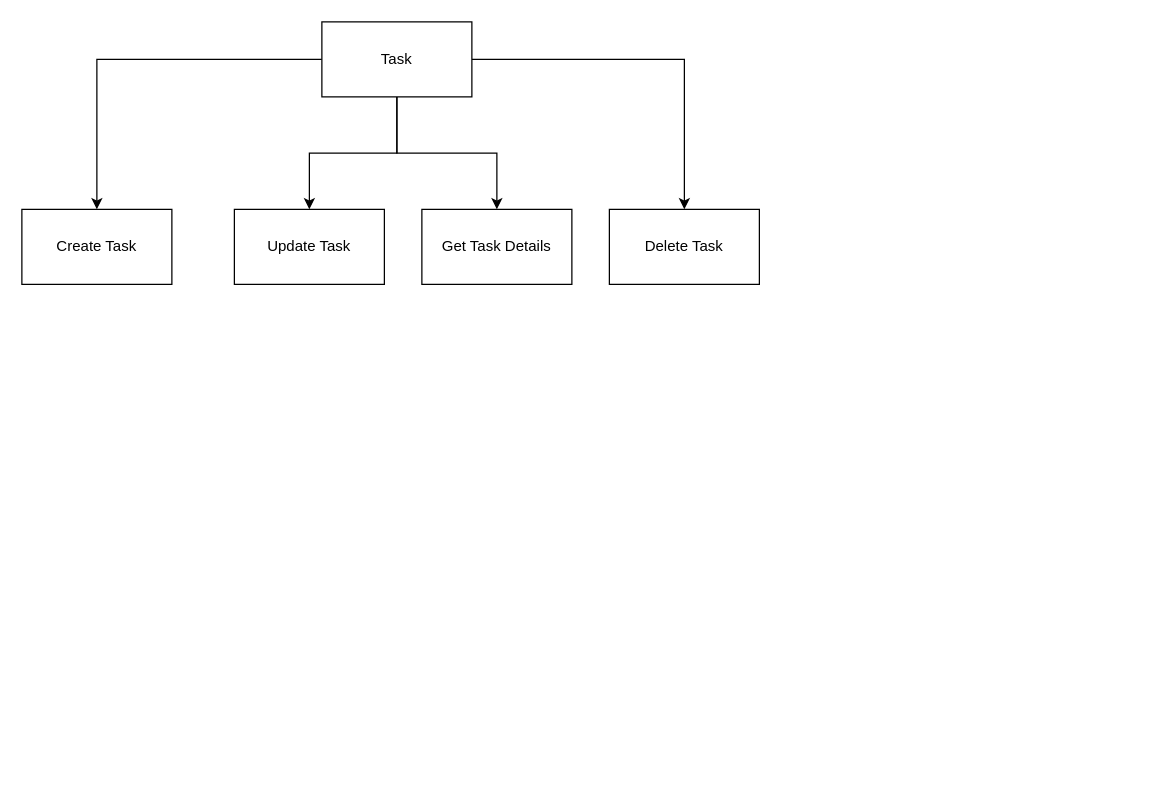
Apollo-LW/Apollo-LW keeps this draw.io diagram as diagrams/FDD/Task FDD.drawio. Above is the earlier version. Source tidied: cells renumbered, new cells numbered last; positions are measured from the earlier drawing's top-left corner, leaving out a move shared by most shapes. Both pictures are drawn from the tidied source at 125%, with x=0, y=0 at pixel (21, 21).
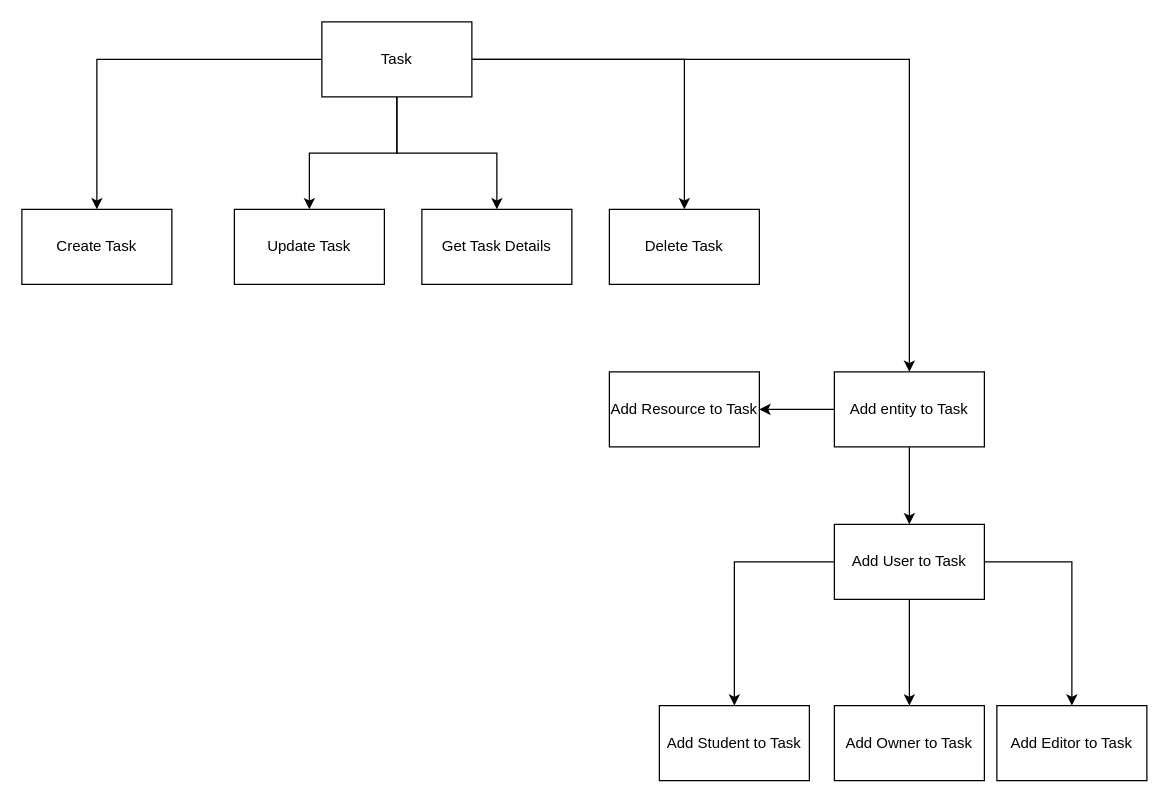
Above is the later version.

Commit message:
Add relation functions to Task

The change refers to these unchanged cells:
```xml
<mxCell id="6" value="Task" style="rounded=0;whiteSpace=wrap;html=1;" parent="1" vertex="1">
  <mxGeometry x="240" width="120" height="60" as="geometry" />
</mxCell>
```

The edit, as a diff of the source:
```diff
@@
+    <mxCell id="11" style="edgeStyle=orthogonalEdgeStyle;rounded=0;jettySize=auto;html=1;entryX=0.5;entryY=0;entryDx=0;entryDy=0;" parent="1" edge="1" source="6" target="14">
+      <mxGeometry relative="1" as="geometry" />
+    </mxCell>
@@
+    <mxCell id="12" style="edgeStyle=orthogonalEdgeStyle;rounded=0;jettySize=auto;html=1;entryX=0.5;entryY=0;entryDx=0;entryDy=0;" parent="1" edge="1" source="14" target="19">
+      <mxGeometry relative="1" as="geometry" />
+    </mxCell>
+    <mxCell id="13" style="edgeStyle=orthogonalEdgeStyle;rounded=0;jettySize=auto;html=1;entryX=1;entryY=0.5;entryDx=0;entryDy=0;" parent="1" edge="1" source="14" target="15">
+      <mxGeometry relative="1" as="geometry" />
+    </mxCell>
+    <mxCell id="14" value="Add entity to Task" style="rounded=0;whiteSpace=wrap;html=1;" parent="1" vertex="1">
+      <mxGeometry x="650" y="280" width="120" height="60" as="geometry" />
+    </mxCell>
+    <mxCell id="15" value="Add Resource to Task" style="rounded=0;whiteSpace=wrap;html=1;" parent="1" vertex="1">
+      <mxGeometry x="470" y="280" width="120" height="60" as="geometry" />
+    </mxCell>
+    <mxCell id="16" style="edgeStyle=orthogonalEdgeStyle;rounded=0;jettySize=auto;html=1;entryX=0.5;entryY=0;entryDx=0;entryDy=0;" parent="1" edge="1" source="19" target="20">
+      <mxGeometry relative="1" as="geometry" />
+    </mxCell>
+    <mxCell id="17" style="edgeStyle=orthogonalEdgeStyle;rounded=0;jettySize=auto;html=1;entryX=0.5;entryY=0;entryDx=0;entryDy=0;" parent="1" edge="1" source="19" target="21">
+      <mxGeometry relative="1" as="geometry" />
+    </mxCell>
+    <mxCell id="18" style="edgeStyle=orthogonalEdgeStyle;rounded=0;jettySize=auto;html=1;entryX=0.5;entryY=0;entryDx=0;entryDy=0;" parent="1" edge="1" source="19" target="22">
+      <mxGeometry relative="1" as="geometry" />
+    </mxCell>
+    <mxCell id="19" value="Add User to Task" style="rounded=0;whiteSpace=wrap;html=1;" parent="1" vertex="1">
+      <mxGeometry x="650" y="402" width="120" height="60" as="geometry" />
+    </mxCell>
+    <mxCell id="20" value="Add Student to Task" style="rounded=0;whiteSpace=wrap;html=1;" parent="1" vertex="1">
+      <mxGeometry x="510" y="547" width="120" height="60" as="geometry" />
+    </mxCell>
+    <mxCell id="21" value="Add Owner to Task" style="rounded=0;whiteSpace=wrap;html=1;" parent="1" vertex="1">
+      <mxGeometry x="650" y="547" width="120" height="60" as="geometry" />
+    </mxCell>
+    <mxCell id="22" value="Add Editor to Task" style="rounded=0;whiteSpace=wrap;html=1;" parent="1" vertex="1">
+      <mxGeometry x="780" y="547" width="120" height="60" as="geometry" />
+    </mxCell>
```
